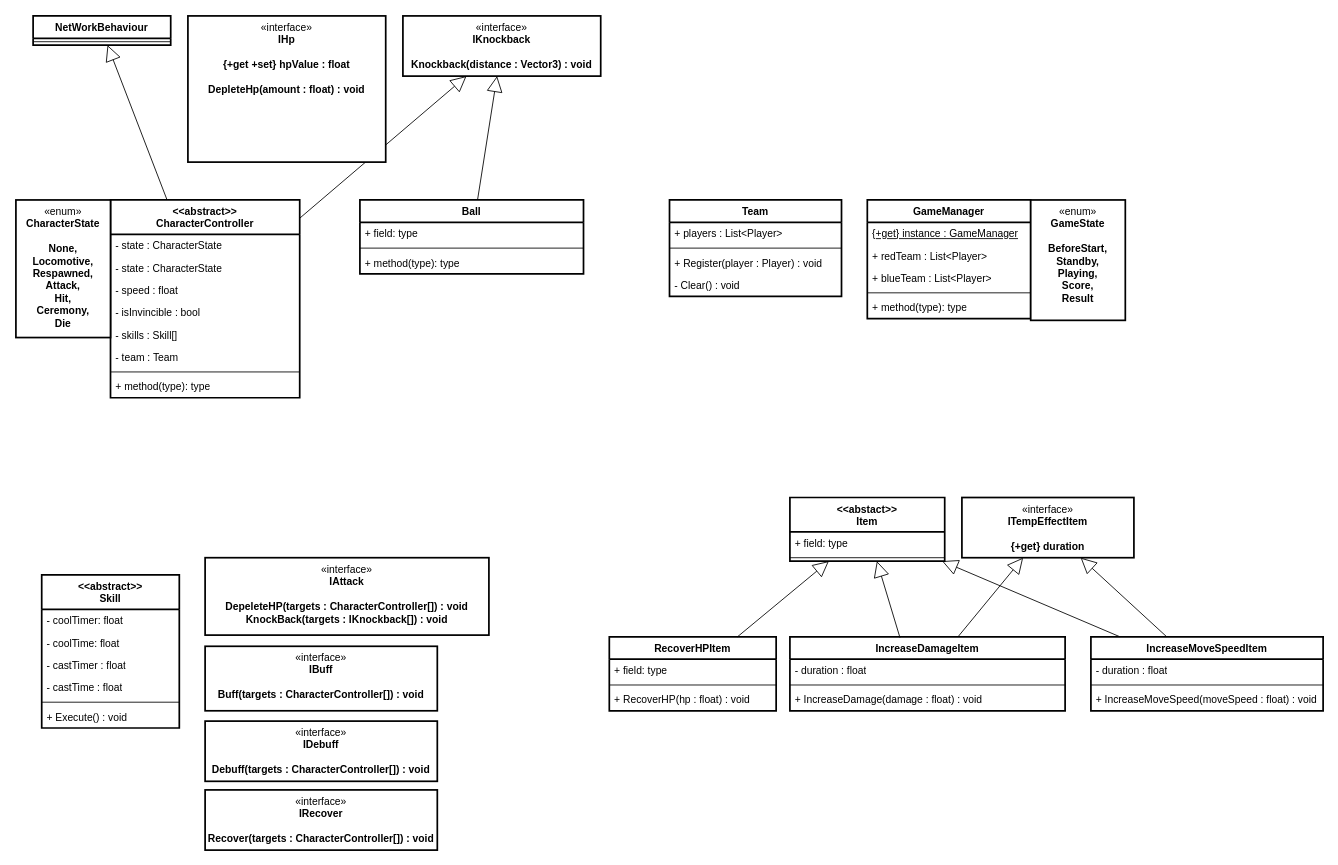
This is page "ClassDiagram" (2 of 2) of 3D_Project.drawio from app155/3D_Project, a draw.io file, before an edit. Source tidied: cells renumbered, new cells numbered last; positions are measured from the earlier drawing's top-left corner, leaving out a move shared by most shapes. Both pictures are drawn from the tidied source at 86%, with x=0, y=0 at pixel (15, 15).
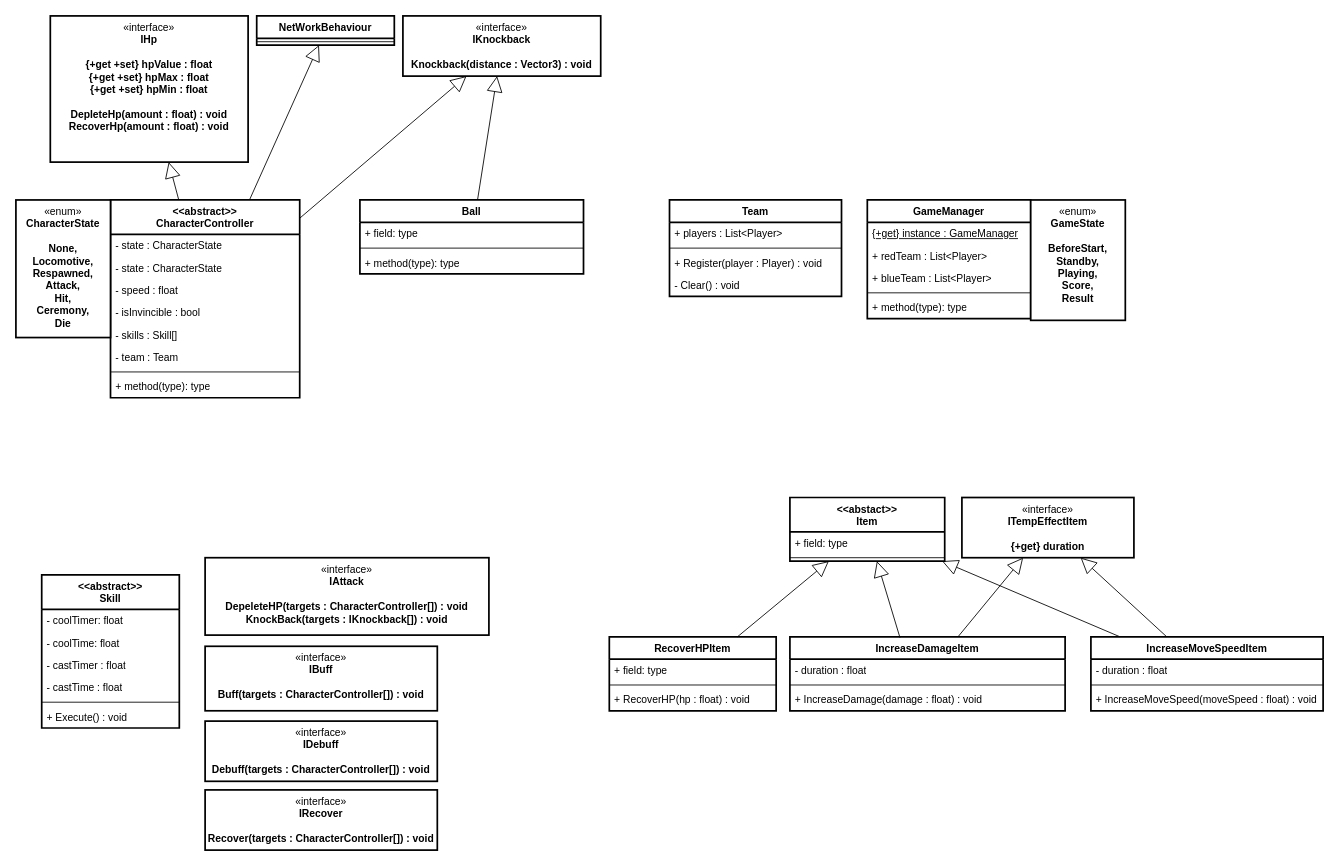
After the change.

Unchanged cells that the change refers to:
```xml
<mxCell id="2" value="&amp;lt;&amp;lt;abstract&amp;gt;&amp;gt;&lt;br&gt;CharacterController" style="swimlane;fontStyle=1;align=center;verticalAlign=top;horizontal=1;startSize=40;whiteSpace=wrap;html=1;strokeWidth=2;" parent="1" vertex="1">
  <mxGeometry x="110" y="214" width="220" height="230" as="geometry" />
</mxCell>
<mxCell id="59" value="«interface»&lt;br&gt;&lt;b&gt;IKnockback&lt;br&gt;&lt;br&gt;Knockback(distance : Vector3) : void&lt;br&gt;&lt;/b&gt;" style="html=1;whiteSpace=wrap;strokeColor=default;strokeWidth=2;align=center;verticalAlign=top;fontFamily=Helvetica;fontSize=12;fontColor=default;startSize=40;fillColor=default;" parent="1" vertex="1">
  <mxGeometry x="450" width="230" height="70" as="geometry" />
</mxCell>
```

Diff of the diagram source:
```diff
@@
     <mxCell id="52" value="NetWorkBehaviour" style="swimlane;fontStyle=1;align=center;verticalAlign=top;horizontal=1;startSize=26;whiteSpace=wrap;html=1;strokeColor=default;strokeWidth=2;fontFamily=Helvetica;fontSize=12;fontColor=default;fillColor=default;" parent="1" vertex="1">
-      <mxGeometry x="20" width="160" height="34" as="geometry" />
+      <mxGeometry x="280" width="160" height="34" as="geometry" />
     </mxCell>
@@
-    <mxCell id="64" style="endArrow=block;endSize=16;endFill=0;html=1;rounded=0;fontFamily=Helvetica;fontSize=12;fontColor=default;" parent="1" edge="1" source="2" target="59">
-      <mxGeometry relative="1" as="geometry" />
-    </mxCell>
@@
-    <mxCell id="66" value="«interface»&lt;br&gt;&lt;b&gt;IHp&lt;br&gt;&lt;br&gt;{+get +set} hpValue : float&lt;br&gt;&lt;br&gt;DepleteHp(amount : float) : void&lt;br&gt;&lt;/b&gt;" style="html=1;whiteSpace=wrap;strokeColor=default;strokeWidth=2;align=center;verticalAlign=top;fontFamily=Helvetica;fontSize=12;fontColor=default;startSize=40;fillColor=default;" parent="1" vertex="1">
-      <mxGeometry x="200" width="230" height="170" as="geometry" />
+    <mxCell id="66" value="«interface»&lt;br&gt;&lt;b&gt;IHp&lt;br&gt;&lt;br&gt;{+get +set} hpValue : float&lt;br&gt;{+get +set} hpMax : float&lt;br&gt;{+get +set} hpMin : float&lt;br&gt;&lt;br&gt;DepleteHp(amount : float) : void&lt;br&gt;RecoverHp(amount : float) : void&lt;br&gt;&lt;/b&gt;" style="html=1;whiteSpace=wrap;strokeColor=default;strokeWidth=2;align=center;verticalAlign=top;fontFamily=Helvetica;fontSize=12;fontColor=default;startSize=40;fillColor=default;" parent="1" vertex="1">
+      <mxGeometry x="40" width="230" height="170" as="geometry" />
     </mxCell>
+    <mxCell id="67" style="endArrow=block;endSize=16;endFill=0;html=1;rounded=0;fontFamily=Helvetica;fontSize=12;fontColor=default;" parent="1" edge="1" source="2" target="66">
+      <mxGeometry relative="1" as="geometry" />
+    </mxCell>
+    <mxCell id="64" style="endArrow=block;endSize=16;endFill=0;html=1;rounded=0;fontFamily=Helvetica;fontSize=12;fontColor=default;" parent="1" edge="1" source="2" target="59">
+      <mxGeometry relative="1" as="geometry" />
+    </mxCell>
```
